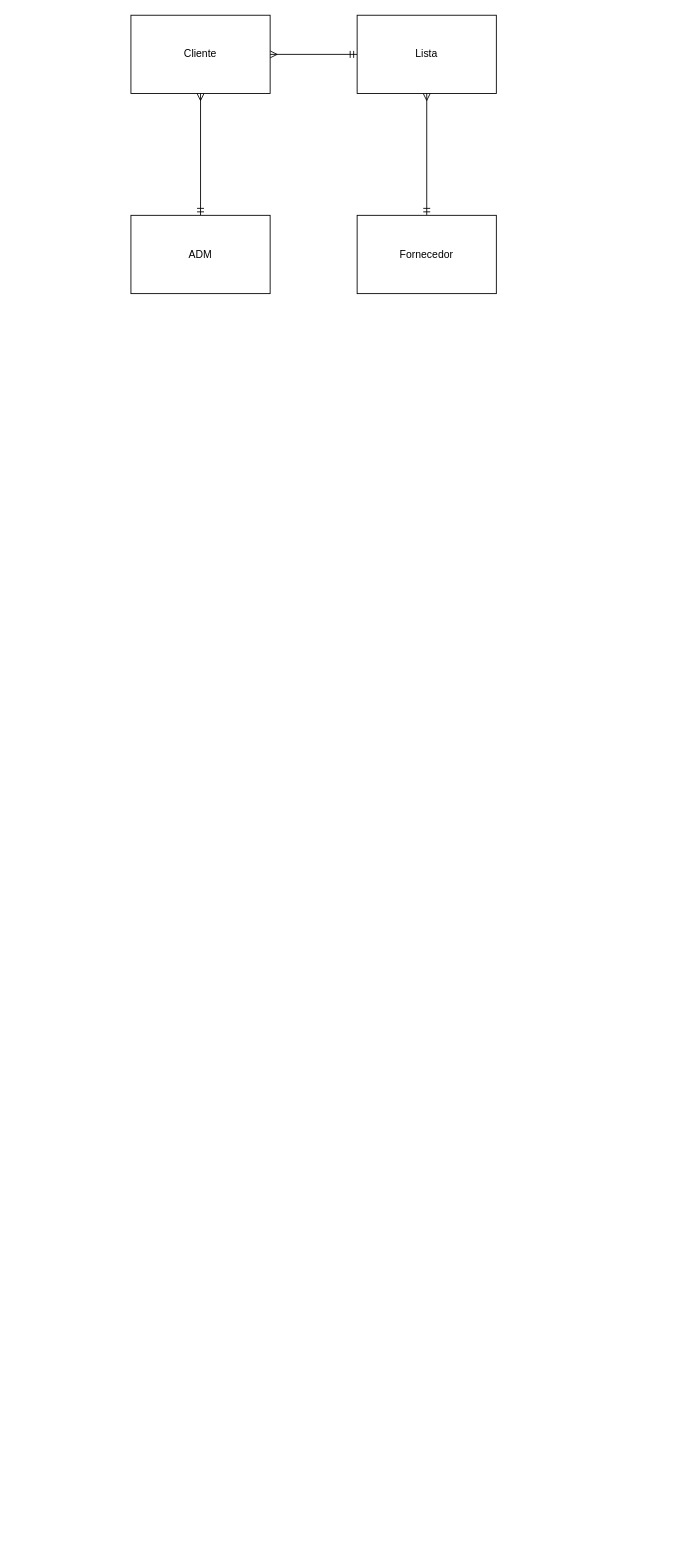
Above: Analise.drawio in Tizy2005/Projeto-IPTV (draw.io), before the change. Source tidied: cells renumbered, new cells numbered last; positions are measured from the earlier drawing's top-left corner, leaving out a move shared by most shapes. Both pictures are drawn from the tidied source at 87%, with x=0, y=0 at pixel (130, 15).
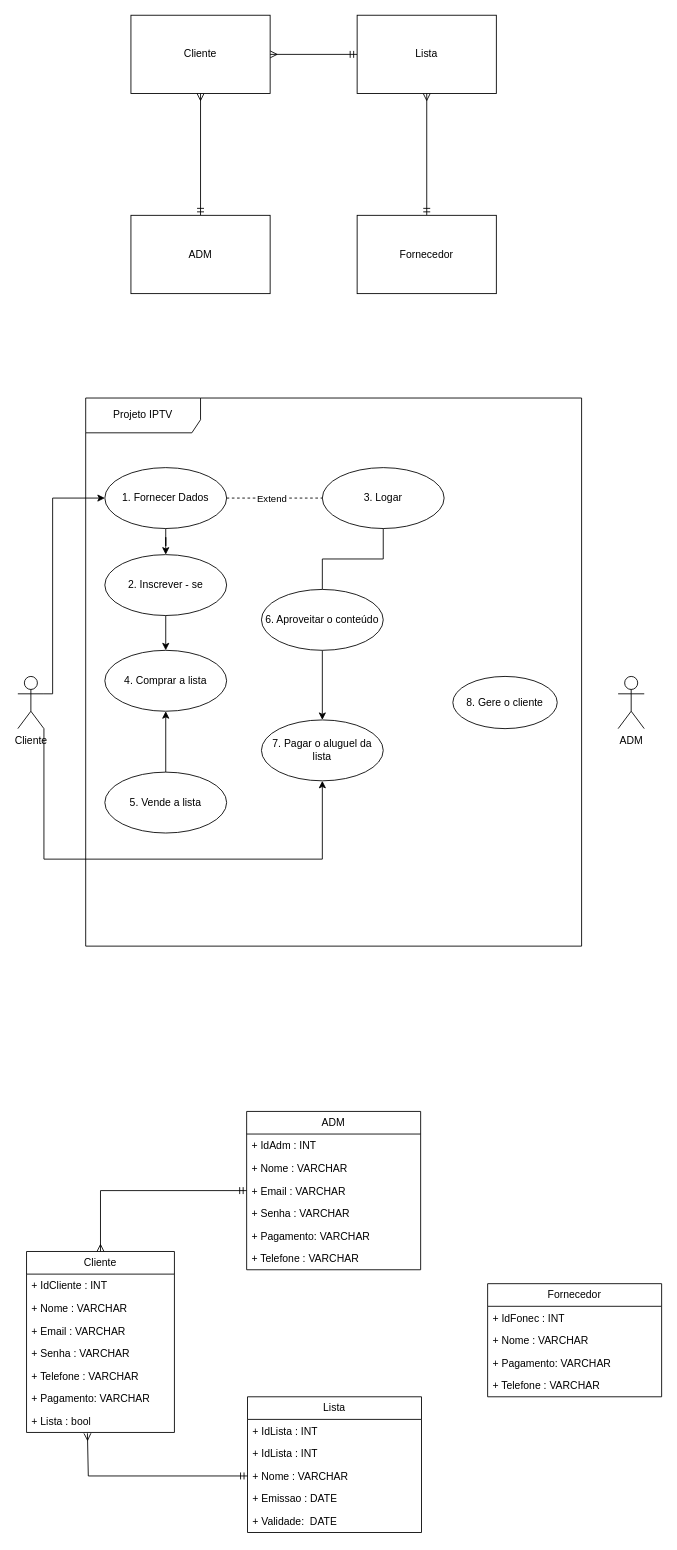
The same page after the edit.

Change to the diagram source:
```diff
@@
+    <mxCell id="9" value="Projeto IPTV" style="shape=umlFrame;whiteSpace=wrap;html=1;width=132;height=40;" parent="1" vertex="1">
+      <mxGeometry x="-52" y="440" width="570" height="630" as="geometry" />
+    </mxCell>
+    <mxCell id="10" value="ADM" style="shape=umlActor;verticalLabelPosition=bottom;verticalAlign=top;html=1;" parent="1" vertex="1">
+      <mxGeometry x="560" y="760" width="30" height="60" as="geometry" />
+    </mxCell>
+    <mxCell id="11" style="edgeStyle=orthogonalEdgeStyle;rounded=0;jettySize=auto;html=1;exitX=1;exitY=0.3333333333333333;exitDx=0;exitDy=0;exitPerimeter=0;entryX=0;entryY=0.5;entryDx=0;entryDy=0;" parent="1" edge="1" source="13" target="21">
+      <mxGeometry relative="1" as="geometry">
+        <Array as="points">
+          <mxPoint x="-90" y="780" />
+          <mxPoint x="-90" y="555" />
+        </Array>
+      </mxGeometry>
+    </mxCell>
+    <mxCell id="12" style="edgeStyle=orthogonalEdgeStyle;rounded=0;jettySize=auto;html=1;exitX=1;exitY=1;exitDx=0;exitDy=0;exitPerimeter=0;entryX=0.5;entryY=1;entryDx=0;entryDy=0;" parent="1" edge="1" source="13" target="25">
+      <mxGeometry relative="1" as="geometry">
+        <Array as="points">
+          <mxPoint x="-100" y="970" />
+          <mxPoint x="220" y="970" />
+        </Array>
+      </mxGeometry>
+    </mxCell>
+    <mxCell id="13" value="Cliente" style="shape=umlActor;verticalLabelPosition=bottom;verticalAlign=top;html=1;" parent="1" vertex="1">
+      <mxGeometry x="-130" y="760" width="30" height="60" as="geometry" />
+    </mxCell>
+    <mxCell id="14" style="edgeStyle=orthogonalEdgeStyle;rounded=0;jettySize=auto;html=1;exitX=0.5;exitY=1;exitDx=0;exitDy=0;endArrow=none;endFill=0;" parent="1" edge="1" source="15" target="24">
+      <mxGeometry relative="1" as="geometry" />
+    </mxCell>
+    <mxCell id="15" value="3. Logar" style="ellipse;whiteSpace=wrap;html=1;" parent="1" vertex="1">
+      <mxGeometry x="220" y="520" width="140" height="70" as="geometry" />
+    </mxCell>
+    <mxCell id="16" style="edgeStyle=orthogonalEdgeStyle;rounded=0;jettySize=auto;html=1;endArrow=classic;endFill=1;" parent="1" edge="1" source="17" target="22">
+      <mxGeometry relative="1" as="geometry" />
+    </mxCell>
+    <mxCell id="17" value="2. Inscrever - se" style="ellipse;whiteSpace=wrap;html=1;" parent="1" vertex="1">
+      <mxGeometry x="-30" y="620" width="140" height="70" as="geometry" />
+    </mxCell>
+    <mxCell id="18" style="edgeStyle=orthogonalEdgeStyle;rounded=0;jettySize=auto;html=1;" parent="1" edge="1" source="21" target="17">
+      <mxGeometry relative="1" as="geometry" />
+    </mxCell>
+    <mxCell id="19" style="rounded=0;jettySize=auto;html=1;dashed=1;endArrow=none;endFill=0;" parent="1" edge="1" source="21" target="15">
+      <mxGeometry relative="1" as="geometry" />
+    </mxCell>
+    <mxCell id="20" value="Extend" style="edgeLabel;html=1;align=center;verticalAlign=middle;" parent="19" vertex="1">
+      <mxGeometry x="-0.08" relative="1" as="geometry" />
+    </mxCell>
+    <mxCell id="21" value="1. Fornecer Dados" style="ellipse;whiteSpace=wrap;html=1;" parent="1" vertex="1">
+      <mxGeometry x="-30" y="520" width="140" height="70" as="geometry" />
+    </mxCell>
+    <mxCell id="22" value="4. Comprar a lista" style="ellipse;whiteSpace=wrap;html=1;" parent="1" vertex="1">
+      <mxGeometry x="-30" y="730" width="140" height="70" as="geometry" />
+    </mxCell>
+    <mxCell id="23" style="edgeStyle=orthogonalEdgeStyle;rounded=0;jettySize=auto;html=1;exitX=0.5;exitY=1;exitDx=0;exitDy=0;" parent="1" edge="1" source="24" target="25">
+      <mxGeometry relative="1" as="geometry" />
+    </mxCell>
+    <mxCell id="24" value="6. Aproveitar o conteúdo" style="ellipse;whiteSpace=wrap;html=1;" parent="1" vertex="1">
+      <mxGeometry x="150" y="660" width="140" height="70" as="geometry" />
+    </mxCell>
+    <mxCell id="25" value="7. Pagar o aluguel da lista" style="ellipse;whiteSpace=wrap;html=1;" parent="1" vertex="1">
+      <mxGeometry x="150" y="810" width="140" height="70" as="geometry" />
+    </mxCell>
+    <mxCell id="26" style="edgeStyle=orthogonalEdgeStyle;rounded=0;jettySize=auto;html=1;" parent="1" edge="1" source="27" target="22">
+      <mxGeometry relative="1" as="geometry" />
+    </mxCell>
+    <mxCell id="27" value="5. Vende a lista" style="ellipse;whiteSpace=wrap;html=1;" parent="1" vertex="1">
+      <mxGeometry x="-30" y="870" width="140" height="70" as="geometry" />
+    </mxCell>
+    <mxCell id="28" value="8. Gere o cliente" style="ellipse;whiteSpace=wrap;html=1;" parent="1" vertex="1">
+      <mxGeometry x="370" y="760" width="120" height="60" as="geometry" />
+    </mxCell>
+    <mxCell id="29" value="Cliente" style="swimlane;fontStyle=0;horizontal=1;startSize=26;fillColor=none;whiteSpace=wrap;html=1;" parent="1" vertex="1">
+      <mxGeometry x="-120" y="1421" width="170" height="208" as="geometry" />
+    </mxCell>
+    <mxCell id="30" value="+ IdCliente : INT" style="text;strokeColor=none;fillColor=none;align=left;verticalAlign=top;spacingLeft=4;spacingRight=4;overflow=hidden;whiteSpace=wrap;html=1;" parent="29" vertex="1">
+      <mxGeometry y="26" width="170" height="26" as="geometry" />
+    </mxCell>
+    <mxCell id="31" value="+ Nome : VARCHAR" style="text;strokeColor=none;fillColor=none;align=left;verticalAlign=top;spacingLeft=4;spacingRight=4;overflow=hidden;whiteSpace=wrap;html=1;" parent="29" vertex="1">
+      <mxGeometry y="52" width="170" height="26" as="geometry" />
+    </mxCell>
+    <mxCell id="32" value="+ Email : VARCHAR" style="text;strokeColor=none;fillColor=none;align=left;verticalAlign=top;spacingLeft=4;spacingRight=4;overflow=hidden;whiteSpace=wrap;html=1;" parent="29" vertex="1">
+      <mxGeometry y="78" width="170" height="26" as="geometry" />
+    </mxCell>
+    <mxCell id="33" value="+ Senha : VARCHAR" style="text;strokeColor=none;fillColor=none;align=left;verticalAlign=top;spacingLeft=4;spacingRight=4;overflow=hidden;whiteSpace=wrap;html=1;" parent="29" vertex="1">
+      <mxGeometry y="104" width="170" height="26" as="geometry" />
+    </mxCell>
+    <mxCell id="34" value="+ Telefone : VARCHAR&amp;nbsp;" style="text;strokeColor=none;fillColor=none;align=left;verticalAlign=top;spacingLeft=4;spacingRight=4;overflow=hidden;whiteSpace=wrap;html=1;" parent="29" vertex="1">
+      <mxGeometry y="130" width="170" height="26" as="geometry" />
+    </mxCell>
+    <mxCell id="35" value="+ Pagamento: VARCHAR&amp;nbsp;" style="text;strokeColor=none;fillColor=none;align=left;verticalAlign=top;spacingLeft=4;spacingRight=4;overflow=hidden;whiteSpace=wrap;html=1;" parent="29" vertex="1">
+      <mxGeometry y="156" width="170" height="26" as="geometry" />
+    </mxCell>
+    <mxCell id="36" value="+ Lista : bool" style="text;strokeColor=none;fillColor=none;align=left;verticalAlign=top;spacingLeft=4;spacingRight=4;overflow=hidden;whiteSpace=wrap;html=1;" parent="29" vertex="1">
+      <mxGeometry y="182" width="170" height="26" as="geometry" />
+    </mxCell>
+    <mxCell id="37" value="ADM" style="swimlane;fontStyle=0;horizontal=1;startSize=26;fillColor=none;whiteSpace=wrap;html=1;" parent="1" vertex="1">
+      <mxGeometry x="133" y="1260" width="200" height="182" as="geometry" />
+    </mxCell>
+    <mxCell id="38" value="+ IdAdm : INT" style="text;strokeColor=none;fillColor=none;align=left;verticalAlign=top;spacingLeft=4;spacingRight=4;overflow=hidden;whiteSpace=wrap;html=1;" parent="37" vertex="1">
+      <mxGeometry y="26" width="200" height="26" as="geometry" />
+    </mxCell>
+    <mxCell id="39" value="+ Nome : VARCHAR" style="text;strokeColor=none;fillColor=none;align=left;verticalAlign=top;spacingLeft=4;spacingRight=4;overflow=hidden;whiteSpace=wrap;html=1;" parent="37" vertex="1">
+      <mxGeometry y="52" width="200" height="26" as="geometry" />
+    </mxCell>
+    <mxCell id="40" value="+ Email : VARCHAR" style="text;strokeColor=none;fillColor=none;align=left;verticalAlign=top;spacingLeft=4;spacingRight=4;overflow=hidden;points=[[0,0.5],[1,0.5]];portConstraint=eastwest;whiteSpace=wrap;html=1;" parent="37" vertex="1">
+      <mxGeometry y="78" width="200" height="26" as="geometry" />
+    </mxCell>
+    <mxCell id="41" value="+ Senha : VARCHAR" style="text;strokeColor=none;fillColor=none;align=left;verticalAlign=top;spacingLeft=4;spacingRight=4;overflow=hidden;whiteSpace=wrap;html=1;" parent="37" vertex="1">
+      <mxGeometry y="104" width="200" height="26" as="geometry" />
+    </mxCell>
+    <mxCell id="42" value="+ Pagamento: VARCHAR&amp;nbsp;" style="text;strokeColor=none;fillColor=none;align=left;verticalAlign=top;spacingLeft=4;spacingRight=4;overflow=hidden;whiteSpace=wrap;html=1;" parent="37" vertex="1">
+      <mxGeometry y="130" width="200" height="26" as="geometry" />
+    </mxCell>
+    <mxCell id="43" value="+ Telefone : VARCHAR&amp;nbsp;" style="text;strokeColor=none;fillColor=none;align=left;verticalAlign=top;spacingLeft=4;spacingRight=4;overflow=hidden;whiteSpace=wrap;html=1;" parent="37" vertex="1">
+      <mxGeometry y="156" width="200" height="26" as="geometry" />
+    </mxCell>
+    <mxCell id="44" value="Fornecedor" style="swimlane;fontStyle=0;horizontal=1;startSize=26;fillColor=none;whiteSpace=wrap;html=1;" parent="1" vertex="1">
+      <mxGeometry x="410" y="1458" width="200" height="130" as="geometry" />
+    </mxCell>
+    <mxCell id="45" value="+ IdFonec : INT" style="text;strokeColor=none;fillColor=none;align=left;verticalAlign=top;spacingLeft=4;spacingRight=4;overflow=hidden;whiteSpace=wrap;html=1;" parent="44" vertex="1">
+      <mxGeometry y="26" width="200" height="26" as="geometry" />
+    </mxCell>
+    <mxCell id="46" value="+ Nome : VARCHAR" style="text;strokeColor=none;fillColor=none;align=left;verticalAlign=top;spacingLeft=4;spacingRight=4;overflow=hidden;whiteSpace=wrap;html=1;" parent="44" vertex="1">
+      <mxGeometry y="52" width="200" height="26" as="geometry" />
+    </mxCell>
+    <mxCell id="47" value="+ Pagamento: VARCHAR&amp;nbsp;" style="text;strokeColor=none;fillColor=none;align=left;verticalAlign=top;spacingLeft=4;spacingRight=4;overflow=hidden;whiteSpace=wrap;html=1;" parent="44" vertex="1">
+      <mxGeometry y="78" width="200" height="26" as="geometry" />
+    </mxCell>
+    <mxCell id="48" value="+ Telefone : VARCHAR&amp;nbsp;" style="text;strokeColor=none;fillColor=none;align=left;verticalAlign=top;spacingLeft=4;spacingRight=4;overflow=hidden;whiteSpace=wrap;html=1;" parent="44" vertex="1">
+      <mxGeometry y="104" width="200" height="26" as="geometry" />
+    </mxCell>
+    <mxCell id="49" value="Lista" style="swimlane;fontStyle=0;horizontal=1;startSize=26;fillColor=none;whiteSpace=wrap;html=1;" parent="1" vertex="1">
+      <mxGeometry x="134" y="1588" width="200" height="156" as="geometry" />
+    </mxCell>
+    <mxCell id="50" value="+ IdLista : INT" style="text;strokeColor=none;fillColor=none;align=left;verticalAlign=top;spacingLeft=4;spacingRight=4;overflow=hidden;whiteSpace=wrap;html=1;" parent="49" vertex="1">
+      <mxGeometry y="26" width="200" height="26" as="geometry" />
+    </mxCell>
+    <mxCell id="51" value="+ IdLista : INT" style="text;strokeColor=none;fillColor=none;align=left;verticalAlign=top;spacingLeft=4;spacingRight=4;overflow=hidden;whiteSpace=wrap;html=1;" parent="49" vertex="1">
+      <mxGeometry y="52" width="200" height="26" as="geometry" />
+    </mxCell>
+    <mxCell id="52" style="edgeStyle=orthogonalEdgeStyle;rounded=0;jettySize=auto;html=1;exitX=0;exitY=0.5;exitDx=0;exitDy=0;startArrow=ERmandOne;startFill=0;endArrow=ERmany;endFill=0;" parent="49" edge="1" source="53">
+      <mxGeometry relative="1" as="geometry">
+        <mxPoint x="-184" y="42" as="targetPoint" />
+        <Array as="points">
+          <mxPoint x="-183" y="91" />
+        </Array>
+      </mxGeometry>
+    </mxCell>
+    <mxCell id="53" value="+ Nome : VARCHAR" style="text;strokeColor=none;fillColor=none;align=left;verticalAlign=top;spacingLeft=4;spacingRight=4;overflow=hidden;points=[[0,0.5],[1,0.5]];portConstraint=eastwest;whiteSpace=wrap;html=1;" parent="49" vertex="1">
+      <mxGeometry y="78" width="200" height="26" as="geometry" />
+    </mxCell>
+    <mxCell id="54" value="+ Emissao : DATE" style="text;strokeColor=none;fillColor=none;align=left;verticalAlign=top;spacingLeft=4;spacingRight=4;overflow=hidden;whiteSpace=wrap;html=1;" parent="49" vertex="1">
+      <mxGeometry y="104" width="200" height="26" as="geometry" />
+    </mxCell>
+    <mxCell id="55" value="+ Validade:&amp;nbsp; DATE" style="text;strokeColor=none;fillColor=none;align=left;verticalAlign=top;spacingLeft=4;spacingRight=4;overflow=hidden;whiteSpace=wrap;html=1;" parent="49" vertex="1">
+      <mxGeometry y="130" width="200" height="26" as="geometry" />
+    </mxCell>
+    <mxCell id="56" style="edgeStyle=orthogonalEdgeStyle;rounded=0;jettySize=auto;html=1;exitX=0;exitY=0.5;exitDx=0;exitDy=0;entryX=0.5;entryY=0;entryDx=0;entryDy=0;endArrow=ERmany;endFill=0;startArrow=ERmandOne;startFill=0;" parent="1" edge="1" source="40" target="29">
+      <mxGeometry relative="1" as="geometry" />
+    </mxCell>
```
